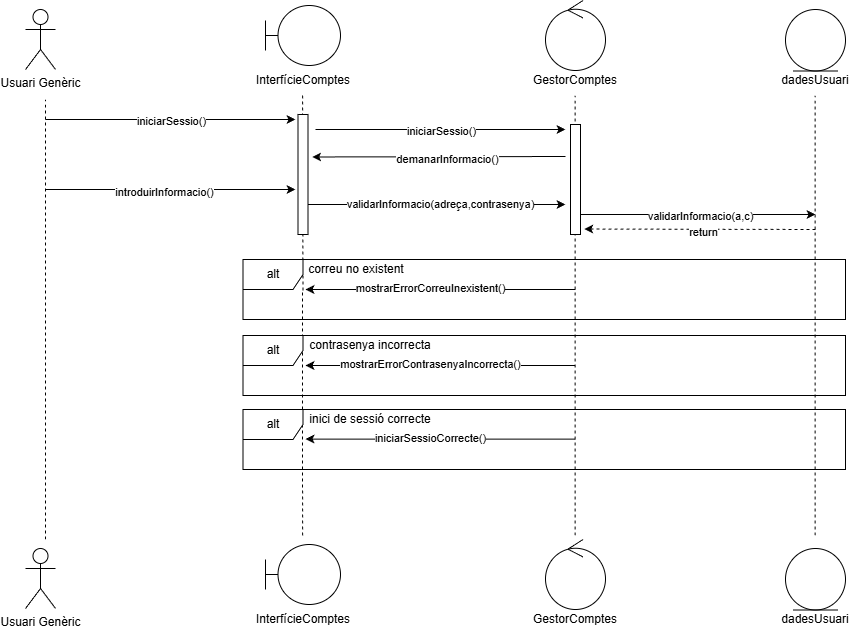
Before: Diagrames/Diagrames seqüència/Diagrames Marcel Pinós Vogel/inici_sessio_sistema.png, a diagram exported from draw.io (MarcelPainos/ES26UAB-431-12). Source tidied: cells renumbered, new cells last; positions are measured from the earlier drawing's top-left corner, leaving out a move shared by most shapes. Its diagram source:
```xml
<mxGraphModel>
  <root>
    <mxCell id="0" />
    <mxCell id="1" parent="0" />
    <mxCell id="2" value="Usuari Genèric" style="shape=umlActor;verticalLabelPosition=bottom;verticalAlign=top;html=1;" parent="1" vertex="1">
      <mxGeometry y="9" width="30" height="60" as="geometry" />
    </mxCell>
    <mxCell id="3" style="group;" parent="1" vertex="1">
      <mxGeometry x="240" y="5" width="75" height="90" as="geometry" />
    </mxCell>
    <mxCell id="4" style="shape=umlBoundary;whiteSpace=wrap;html=1;" parent="3" vertex="1">
      <mxGeometry width="75" height="60" as="geometry" />
    </mxCell>
    <mxCell id="5" value="InterfícieComptes" style="text;html=1;whiteSpace=wrap;strokeColor=none;fillColor=none;align=center;verticalAlign=middle;rounded=0;" parent="3" vertex="1">
      <mxGeometry x="7.5" y="60" width="60" height="30" as="geometry" />
    </mxCell>
    <mxCell id="6" style="group;" parent="1" vertex="1">
      <mxGeometry x="520" width="60" height="95" as="geometry" />
    </mxCell>
    <mxCell id="7" style="ellipse;shape=umlControl;whiteSpace=wrap;html=1;" parent="6" vertex="1">
      <mxGeometry width="60" height="70" as="geometry" />
    </mxCell>
    <mxCell id="8" value="GestorComptes" style="text;html=1;whiteSpace=wrap;strokeColor=none;fillColor=none;align=center;verticalAlign=middle;rounded=0;" parent="6" vertex="1">
      <mxGeometry y="65" width="60" height="30" as="geometry" />
    </mxCell>
    <mxCell id="9" style="endArrow=none;dashed=1;html=1;rounded=0;" parent="1" edge="1">
      <mxGeometry relative="1" as="geometry">
        <mxPoint x="20" y="539" as="sourcePoint" />
        <mxPoint x="20" y="99" as="targetPoint" />
      </mxGeometry>
    </mxCell>
    <mxCell id="10" style="endArrow=none;dashed=1;html=1;rounded=0;" parent="1" edge="1">
      <mxGeometry relative="1" as="geometry">
        <mxPoint x="277.5" y="290" as="sourcePoint" />
        <mxPoint x="277.1" y="95" as="targetPoint" />
      </mxGeometry>
    </mxCell>
    <mxCell id="11" style="endArrow=none;dashed=1;html=1;rounded=0;" parent="1" edge="1">
      <mxGeometry relative="1" as="geometry">
        <mxPoint x="549.6" y="535" as="sourcePoint" />
        <mxPoint x="549.6" y="95" as="targetPoint" />
      </mxGeometry>
    </mxCell>
    <mxCell id="12" style="endArrow=none;dashed=1;html=1;rounded=0;" parent="1" edge="1">
      <mxGeometry relative="1" as="geometry">
        <mxPoint x="277.1" y="535" as="sourcePoint" />
        <mxPoint x="277" y="289" as="targetPoint" />
      </mxGeometry>
    </mxCell>
    <mxCell id="13" value="alt" style="shape=umlFrame;whiteSpace=wrap;html=1;" parent="1" vertex="1">
      <mxGeometry x="217.5" y="259" width="602.5" height="60" as="geometry" />
    </mxCell>
    <mxCell id="14" value="correu no existent" style="text;html=1;whiteSpace=wrap;strokeColor=none;fillColor=none;align=center;verticalAlign=middle;rounded=0;" parent="1" vertex="1">
      <mxGeometry x="256" y="254" width="150" height="30" as="geometry" />
    </mxCell>
    <mxCell id="15" value="dadesUsuari" style="text;html=1;whiteSpace=wrap;strokeColor=none;fillColor=none;align=center;verticalAlign=middle;rounded=0;" parent="1" vertex="1">
      <mxGeometry x="760" y="65" width="60" height="30" as="geometry" />
    </mxCell>
    <mxCell id="16" style="ellipse;shape=umlEntity;whiteSpace=wrap;html=1;" parent="1" vertex="1">
      <mxGeometry x="760" y="9" width="60" height="61.5" as="geometry" />
    </mxCell>
    <mxCell id="17" style="endArrow=none;dashed=1;html=1;rounded=0;" parent="1" edge="1">
      <mxGeometry relative="1" as="geometry">
        <mxPoint x="789.6" y="535" as="sourcePoint" />
        <mxPoint x="789.6" y="95" as="targetPoint" />
      </mxGeometry>
    </mxCell>
    <mxCell id="18" style="endArrow=classic;html=1;rounded=0;" parent="1" edge="1">
      <mxGeometry relative="1" as="geometry">
        <mxPoint x="20" y="119" as="sourcePoint" />
        <mxPoint x="270" y="119" as="targetPoint" />
      </mxGeometry>
    </mxCell>
    <mxCell id="19" value="iniciarSessio()" style="edgeLabel;html=1;align=center;verticalAlign=middle;" parent="18" vertex="1">
      <mxGeometry x="0.01" y="-2" relative="1" as="geometry" />
    </mxCell>
    <mxCell id="20" style="rounded=0;whiteSpace=wrap;html=1;rotation=-90;" parent="1" vertex="1">
      <mxGeometry x="217.5" y="169" width="120" height="10" as="geometry" />
    </mxCell>
    <mxCell id="21" style="endArrow=classic;html=1;rounded=0;" parent="1" edge="1">
      <mxGeometry relative="1" as="geometry">
        <mxPoint x="290" y="129" as="sourcePoint" />
        <mxPoint x="540" y="129" as="targetPoint" />
      </mxGeometry>
    </mxCell>
    <mxCell id="22" value="iniciarSessio()" style="edgeLabel;html=1;align=center;verticalAlign=middle;" parent="21" vertex="1">
      <mxGeometry x="0.01" y="-2" relative="1" as="geometry" />
    </mxCell>
    <mxCell id="23" style="rounded=0;whiteSpace=wrap;html=1;rotation=-90;" parent="1" vertex="1">
      <mxGeometry x="495" y="174" width="110" height="10" as="geometry" />
    </mxCell>
    <mxCell id="24" style="endArrow=classic;html=1;rounded=0;entryX=0.646;entryY=1.416;entryDx=0;entryDy=0;entryPerimeter=0;" parent="1" edge="1" target="20">
      <mxGeometry relative="1" as="geometry">
        <mxPoint x="540" y="156" as="sourcePoint" />
      </mxGeometry>
    </mxCell>
    <mxCell id="25" value="demanarInformacio()" style="edgeLabel;html=1;align=center;verticalAlign=middle;" parent="24" vertex="1">
      <mxGeometry x="-0.07" y="2" relative="1" as="geometry" />
    </mxCell>
    <mxCell id="26" style="endArrow=classic;html=1;rounded=0;" parent="1" edge="1">
      <mxGeometry relative="1" as="geometry">
        <mxPoint x="20" y="189" as="sourcePoint" />
        <mxPoint x="270" y="189" as="targetPoint" />
      </mxGeometry>
    </mxCell>
    <mxCell id="27" value="introduirInformacio()" style="edgeLabel;html=1;align=center;verticalAlign=middle;" parent="26" vertex="1">
      <mxGeometry x="-0.05" y="-3" relative="1" as="geometry" />
    </mxCell>
    <mxCell id="28" style="endArrow=classic;html=1;rounded=0;exitX=0.25;exitY=1;exitDx=0;exitDy=0;" parent="1" edge="1" source="20">
      <mxGeometry relative="1" as="geometry">
        <mxPoint x="540" y="204" as="targetPoint" />
      </mxGeometry>
    </mxCell>
    <mxCell id="29" value="validarInformacio(adreça,contrasenya)" style="edgeLabel;html=1;align=center;verticalAlign=middle;" parent="28" vertex="1">
      <mxGeometry x="0.03" relative="1" as="geometry" />
    </mxCell>
    <mxCell id="30" style="endArrow=classic;html=1;rounded=0;" parent="1" edge="1">
      <mxGeometry relative="1" as="geometry">
        <mxPoint x="555" y="214" as="sourcePoint" />
        <mxPoint x="790" y="214" as="targetPoint" />
      </mxGeometry>
    </mxCell>
    <mxCell id="31" value="validarInformacio(a,c)" style="edgeLabel;html=1;align=center;verticalAlign=middle;" parent="30" vertex="1">
      <mxGeometry x="0.02" y="-2" relative="1" as="geometry" />
    </mxCell>
    <mxCell id="32" style="endArrow=classic;html=1;rounded=0;dashed=1;entryX=0.077;entryY=1.374;entryDx=0;entryDy=0;entryPerimeter=0;" parent="1" edge="1">
      <mxGeometry relative="1" as="geometry">
        <mxPoint x="790" y="229" as="sourcePoint" />
        <mxPoint x="558.7" y="228.5" as="targetPoint" />
      </mxGeometry>
    </mxCell>
    <mxCell id="33" value="return" style="edgeLabel;html=1;align=center;verticalAlign=middle;" parent="32" vertex="1">
      <mxGeometry x="-0.03" y="3" relative="1" as="geometry" />
    </mxCell>
    <mxCell id="34" style="endArrow=classic;html=1;rounded=0;" parent="1" edge="1">
      <mxGeometry relative="1" as="geometry">
        <mxPoint x="550" y="289" as="sourcePoint" />
        <mxPoint x="280" y="289" as="targetPoint" />
      </mxGeometry>
    </mxCell>
    <mxCell id="35" value="mostrarErrorCorreuInexistent()" style="edgeLabel;html=1;align=center;verticalAlign=middle;" parent="34" vertex="1">
      <mxGeometry x="0.07" y="-1" relative="1" as="geometry" />
    </mxCell>
    <mxCell id="36" style="endArrow=classic;html=1;rounded=0;" parent="1" edge="1">
      <mxGeometry relative="1" as="geometry">
        <mxPoint x="550" y="365" as="sourcePoint" />
        <mxPoint x="280" y="365" as="targetPoint" />
      </mxGeometry>
    </mxCell>
    <mxCell id="37" value="mostrarErrorContrasenyaIncorrecta()" style="edgeLabel;html=1;align=center;verticalAlign=middle;" parent="36" vertex="1">
      <mxGeometry x="0.07" y="-1" relative="1" as="geometry" />
    </mxCell>
    <mxCell id="38" value="contrasenya incorrecta" style="text;html=1;whiteSpace=wrap;strokeColor=none;fillColor=none;align=center;verticalAlign=middle;rounded=0;" parent="1" vertex="1">
      <mxGeometry x="270" y="330" width="150" height="30" as="geometry" />
    </mxCell>
    <mxCell id="39" value="alt" style="shape=umlFrame;whiteSpace=wrap;html=1;" parent="1" vertex="1">
      <mxGeometry x="217.5" y="335" width="602.5" height="60" as="geometry" />
    </mxCell>
    <mxCell id="40" value="alt" style="shape=umlFrame;whiteSpace=wrap;html=1;" parent="1" vertex="1">
      <mxGeometry x="217.5" y="409" width="602.5" height="60" as="geometry" />
    </mxCell>
    <mxCell id="41" value="inici de sessió correcte" style="text;html=1;whiteSpace=wrap;strokeColor=none;fillColor=none;align=center;verticalAlign=middle;rounded=0;" parent="1" vertex="1">
      <mxGeometry x="270" y="404" width="150" height="30" as="geometry" />
    </mxCell>
    <mxCell id="42" style="endArrow=classic;html=1;rounded=0;" parent="1" edge="1">
      <mxGeometry relative="1" as="geometry">
        <mxPoint x="550" y="438.6" as="sourcePoint" />
        <mxPoint x="280" y="438.6" as="targetPoint" />
      </mxGeometry>
    </mxCell>
    <mxCell id="43" value="iniciarSessioCorrecte()" style="edgeLabel;html=1;align=center;verticalAlign=middle;" parent="42" vertex="1">
      <mxGeometry x="0.07" y="-1" relative="1" as="geometry" />
    </mxCell>
    <mxCell id="44" value="Usuari Genèric" style="shape=umlActor;verticalLabelPosition=bottom;verticalAlign=top;html=1;" parent="1" vertex="1">
      <mxGeometry y="548" width="30" height="60" as="geometry" />
    </mxCell>
    <mxCell id="45" style="group;" parent="1" vertex="1">
      <mxGeometry x="240" y="544" width="75" height="90" as="geometry" />
    </mxCell>
    <mxCell id="46" style="shape=umlBoundary;whiteSpace=wrap;html=1;" parent="45" vertex="1">
      <mxGeometry width="75" height="60" as="geometry" />
    </mxCell>
    <mxCell id="47" value="InterfícieComptes" style="text;html=1;whiteSpace=wrap;strokeColor=none;fillColor=none;align=center;verticalAlign=middle;rounded=0;" parent="45" vertex="1">
      <mxGeometry x="7.5" y="60" width="60" height="30" as="geometry" />
    </mxCell>
    <mxCell id="48" style="group;" parent="1" vertex="1">
      <mxGeometry x="520" y="539" width="60" height="95" as="geometry" />
    </mxCell>
    <mxCell id="49" style="ellipse;shape=umlControl;whiteSpace=wrap;html=1;" parent="48" vertex="1">
      <mxGeometry width="60" height="70" as="geometry" />
    </mxCell>
    <mxCell id="50" value="GestorComptes" style="text;html=1;whiteSpace=wrap;strokeColor=none;fillColor=none;align=center;verticalAlign=middle;rounded=0;" parent="48" vertex="1">
      <mxGeometry y="65" width="60" height="30" as="geometry" />
    </mxCell>
    <mxCell id="51" value="dadesUsuari" style="text;html=1;whiteSpace=wrap;strokeColor=none;fillColor=none;align=center;verticalAlign=middle;rounded=0;" parent="1" vertex="1">
      <mxGeometry x="760" y="604" width="60" height="30" as="geometry" />
    </mxCell>
    <mxCell id="52" style="ellipse;shape=umlEntity;whiteSpace=wrap;html=1;" parent="1" vertex="1">
      <mxGeometry x="760" y="548" width="60" height="61.5" as="geometry" />
    </mxCell>
  </root>
</mxGraphModel>
```
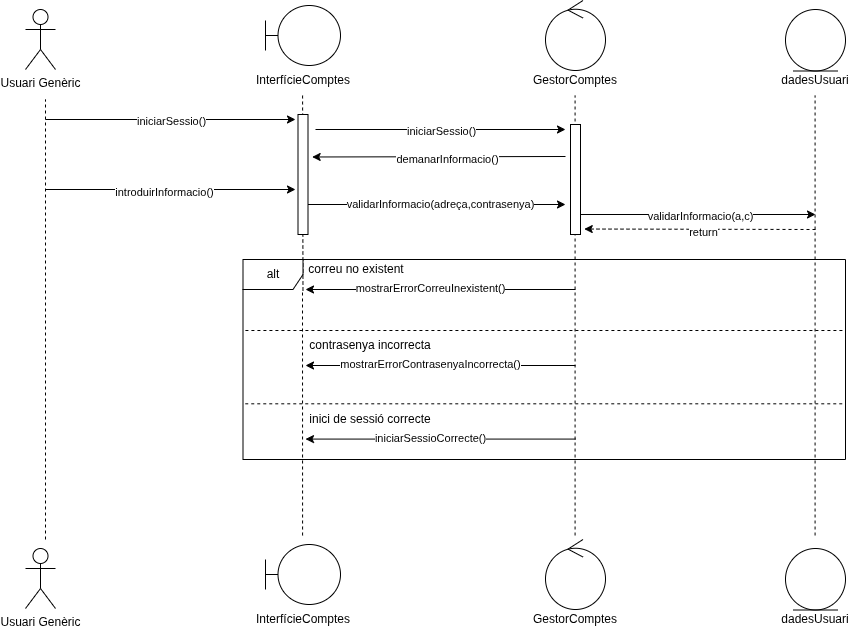
Above is the later version.

Change to the diagram source:
```diff
@@ -48,7 +48,7 @@
       </mxGeometry>
     </mxCell>
     <mxCell id="13" value="alt" style="shape=umlFrame;whiteSpace=wrap;html=1;" parent="1" vertex="1">
-      <mxGeometry x="217.5" y="259" width="602.5" height="60" as="geometry" />
+      <mxGeometry x="217.5" y="259" width="602.5" height="200" as="geometry" />
     </mxCell>
     <mxCell id="14" value="correu no existent" style="text;html=1;whiteSpace=wrap;strokeColor=none;fillColor=none;align=center;verticalAlign=middle;rounded=0;" parent="1" vertex="1">
       <mxGeometry x="256" y="254" width="150" height="30" as="geometry" />
@@ -153,12 +153,6 @@
     <mxCell id="38" value="contrasenya incorrecta" style="text;html=1;whiteSpace=wrap;strokeColor=none;fillColor=none;align=center;verticalAlign=middle;rounded=0;" parent="1" vertex="1">
       <mxGeometry x="270" y="330" width="150" height="30" as="geometry" />
     </mxCell>
-    <mxCell id="39" value="alt" style="shape=umlFrame;whiteSpace=wrap;html=1;" parent="1" vertex="1">
-      <mxGeometry x="217.5" y="335" width="602.5" height="60" as="geometry" />
-    </mxCell>
-    <mxCell id="40" value="alt" style="shape=umlFrame;whiteSpace=wrap;html=1;" parent="1" vertex="1">
-      <mxGeometry x="217.5" y="409" width="602.5" height="60" as="geometry" />
-    </mxCell>
     <mxCell id="41" value="inici de sessió correcte" style="text;html=1;whiteSpace=wrap;strokeColor=none;fillColor=none;align=center;verticalAlign=middle;rounded=0;" parent="1" vertex="1">
       <mxGeometry x="270" y="404" width="150" height="30" as="geometry" />
     </mxCell>
@@ -198,5 +192,14 @@
     <mxCell id="52" style="ellipse;shape=umlEntity;whiteSpace=wrap;html=1;" parent="1" vertex="1">
       <mxGeometry x="760" y="548" width="60" height="61.5" as="geometry" />
     </mxCell>
+    <mxCell id="53" style="endArrow=none;dashed=1;html=1;rounded=0;entryX=0.997;entryY=0.355;entryDx=0;entryDy=0;entryPerimeter=0;exitX=0.004;exitY=0.355;exitDx=0;exitDy=0;exitPerimeter=0;" parent="1" edge="1" source="13" target="13">
+      <mxGeometry relative="1" as="geometry" />
+    </mxCell>
+    <mxCell id="54" style="endArrow=none;dashed=1;html=1;rounded=0;entryX=0.997;entryY=0.355;entryDx=0;entryDy=0;entryPerimeter=0;exitX=0.004;exitY=0.355;exitDx=0;exitDy=0;exitPerimeter=0;" parent="1" edge="1">
+      <mxGeometry relative="1" as="geometry">
+        <mxPoint x="219.8" y="403.3" as="sourcePoint" />
+        <mxPoint x="817.8" y="403.3" as="targetPoint" />
+      </mxGeometry>
+    </mxCell>
   </root>
 </mxGraphModel>
```
